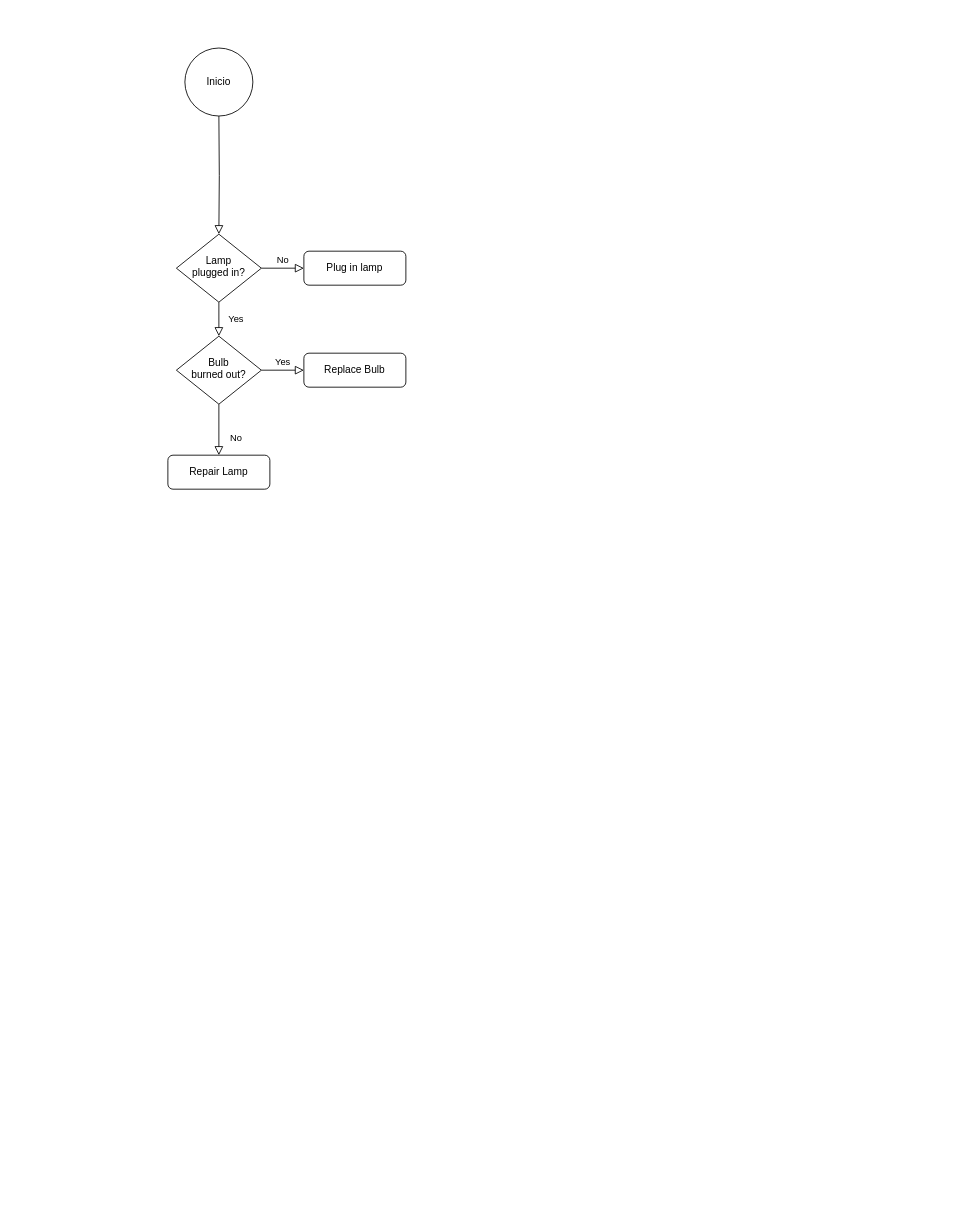
The draw.io diagram Untitled Diagram.drawio in lleal24/W3School-HTML, before the edit. Source tidied: cells renumbered, new cells numbered last; positions are measured from the earlier drawing's top-left corner, leaving out a move shared by most shapes. Both pictures are drawn from the tidied source at 85%, with x=0, y=0 at pixel (167, 48).
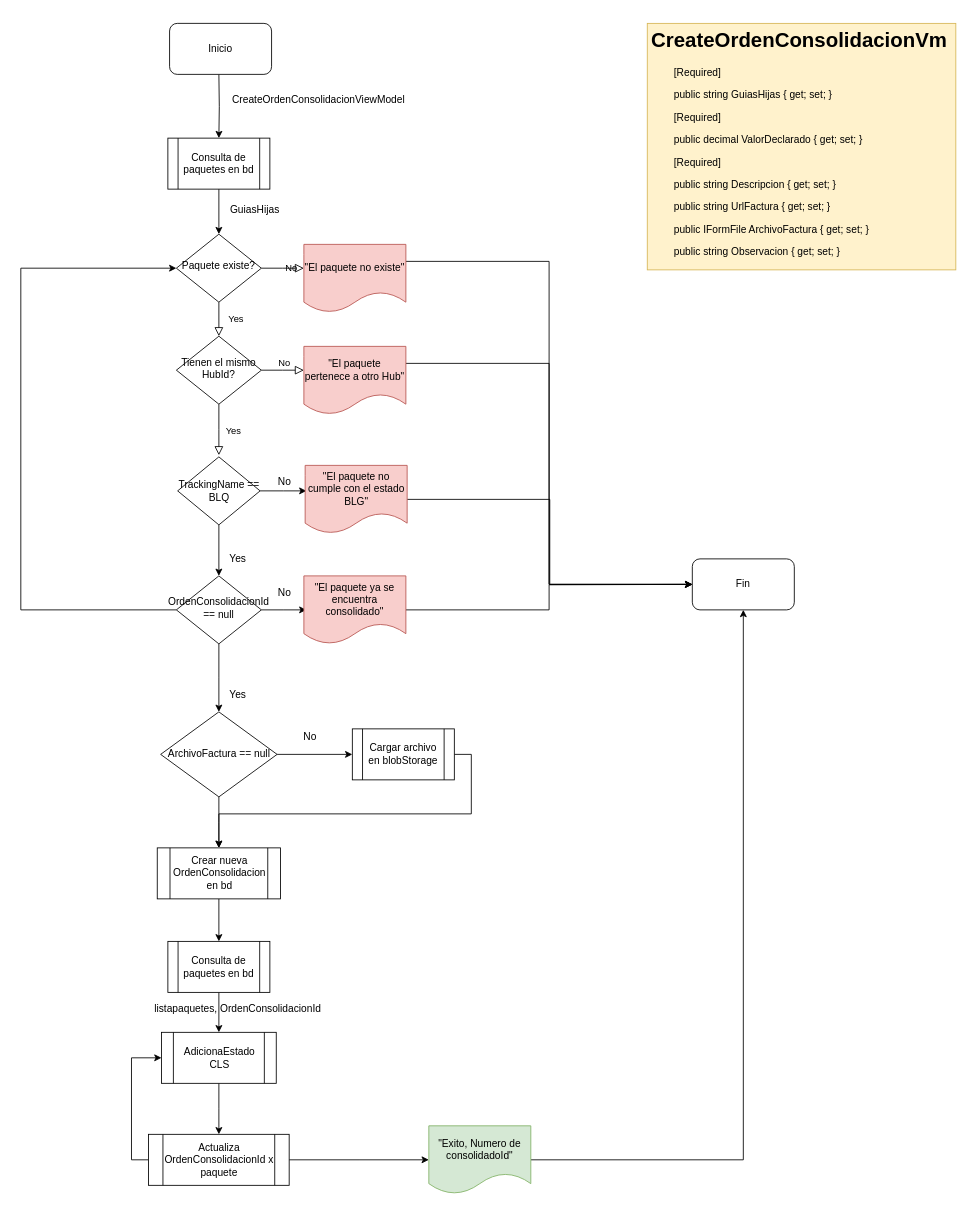
The same page after the edit.

Diff of the diagram source:
```diff
@@
-    <mxCell id="2" style="rounded=0;html=1;jettySize=auto;fontSize=11;endArrow=block;endFill=0;endSize=8;strokeWidth=1;shadow=0;labelBackgroundColor=none;edgeStyle=orthogonalEdgeStyle;" parent="1" edge="1" target="5">
-      <mxGeometry relative="1" as="geometry">
-        <mxPoint x="60" y="80" as="sourcePoint" />
-      </mxGeometry>
-    </mxCell>
@@
-    <mxCell id="4" value="No" style="edgeStyle=orthogonalEdgeStyle;rounded=0;html=1;jettySize=auto;fontSize=11;endArrow=block;endFill=0;endSize=8;strokeWidth=1;shadow=0;labelBackgroundColor=none;" parent="1" edge="1" source="5" target="6">
-      <mxGeometry y="10" relative="1" as="geometry" />
+    <mxCell id="4" value="No" style="edgeStyle=orthogonalEdgeStyle;rounded=0;html=1;jettySize=auto;fontSize=11;endArrow=block;endFill=0;endSize=8;strokeWidth=1;shadow=0;labelBackgroundColor=none;" parent="1" edge="1" source="5">
+      <mxGeometry y="10" relative="1" as="geometry">
+        <mxPoint x="160" y="259" as="targetPoint" />
+      </mxGeometry>
     </mxCell>
-    <mxCell id="5" value="Lamp&lt;br&gt;plugged in?" style="rhombus;whiteSpace=wrap;html=1;shadow=0;fontFamily=Helvetica;fontSize=12;align=center;strokeWidth=1;spacing=6;spacingTop=-4;" parent="1" vertex="1">
+    <mxCell id="5" value="Paquete existe?" style="rhombus;whiteSpace=wrap;html=1;shadow=0;fontFamily=Helvetica;fontSize=12;align=center;strokeWidth=1;spacing=6;spacingTop=-4;" parent="1" vertex="1">
       <mxGeometry x="10" y="219" width="100" height="80" as="geometry" />
     </mxCell>
-    <mxCell id="6" value="Plug in lamp" style="rounded=1;whiteSpace=wrap;html=1;fontSize=12;glass=0;strokeWidth=1;shadow=0;" parent="1" vertex="1">
-      <mxGeometry x="160" y="239" width="120" height="40" as="geometry" />
-    </mxCell>
-    <mxCell id="7" value="No" style="rounded=0;html=1;jettySize=auto;fontSize=11;endArrow=block;endFill=0;endSize=8;strokeWidth=1;shadow=0;labelBackgroundColor=none;edgeStyle=orthogonalEdgeStyle;" parent="1" edge="1" source="9" target="10">
-      <mxGeometry x="0.33" y="20" relative="1" as="geometry" />
+    <mxCell id="7" value="No" style="rounded=0;html=1;jettySize=auto;fontSize=11;endArrow=block;endFill=0;endSize=8;strokeWidth=1;shadow=0;labelBackgroundColor=none;edgeStyle=orthogonalEdgeStyle;" parent="1" edge="1" source="9">
+      <mxGeometry x="-1" y="91" relative="1" as="geometry">
+        <mxPoint x="60" y="479" as="targetPoint" />
+        <mxPoint x="-14" y="-48" as="offset" />
+      </mxGeometry>
     </mxCell>
-    <mxCell id="8" value="Yes" style="edgeStyle=orthogonalEdgeStyle;rounded=0;html=1;jettySize=auto;fontSize=11;endArrow=block;endFill=0;endSize=8;strokeWidth=1;shadow=0;labelBackgroundColor=none;" parent="1" edge="1" source="9" target="11">
-      <mxGeometry y="10" relative="1" as="geometry" />
+    <mxCell id="8" value="Yes" style="edgeStyle=orthogonalEdgeStyle;rounded=0;html=1;jettySize=auto;fontSize=11;endArrow=block;endFill=0;endSize=8;strokeWidth=1;shadow=0;labelBackgroundColor=none;" parent="1" edge="1" source="9">
+      <mxGeometry x="-1" y="-79" relative="1" as="geometry">
+        <mxPoint x="160" y="379" as="targetPoint" />
+        <mxPoint x="-33" y="-7" as="offset" />
+      </mxGeometry>
     </mxCell>
-    <mxCell id="9" value="Bulb&lt;br&gt;burned out?" style="rhombus;whiteSpace=wrap;html=1;shadow=0;fontFamily=Helvetica;fontSize=12;align=center;strokeWidth=1;spacing=6;spacingTop=-4;" parent="1" vertex="1">
+    <mxCell id="9" value="Tienen el mismo HubId?" style="rhombus;whiteSpace=wrap;html=1;shadow=0;fontFamily=Helvetica;fontSize=12;align=center;strokeWidth=1;spacing=6;spacingTop=-4;" parent="1" vertex="1">
       <mxGeometry x="10" y="339" width="100" height="80" as="geometry" />
     </mxCell>
-    <mxCell id="10" value="Repair Lamp" style="rounded=1;whiteSpace=wrap;html=1;fontSize=12;glass=0;strokeWidth=1;shadow=0;" parent="1" vertex="1">
-      <mxGeometry y="479" width="120" height="40" as="geometry" />
-    </mxCell>
-    <mxCell id="11" value="Replace Bulb" style="rounded=1;whiteSpace=wrap;html=1;fontSize=12;glass=0;strokeWidth=1;shadow=0;" parent="1" vertex="1">
-      <mxGeometry x="160" y="359" width="120" height="40" as="geometry" />
-    </mxCell>
+    <mxCell id="13" style="edgeStyle=orthogonalEdgeStyle;rounded=0;jettySize=auto;html=1;exitX=0.5;exitY=1;exitDx=0;exitDy=0;" parent="1" edge="1" target="15">
+      <mxGeometry relative="1" as="geometry">
+        <mxPoint x="60" y="31" as="sourcePoint" />
+      </mxGeometry>
+    </mxCell>
+    <mxCell id="14" style="edgeStyle=orthogonalEdgeStyle;rounded=0;jettySize=auto;html=1;" parent="1" edge="1" source="15" target="5">
+      <mxGeometry relative="1" as="geometry" />
+    </mxCell>
+    <mxCell id="15" value="Consulta de paquetes en bd" style="shape=process;whiteSpace=wrap;html=1;backgroundOutline=1;" parent="1" vertex="1">
+      <mxGeometry y="106" width="120" height="60" as="geometry" />
+    </mxCell>
+    <mxCell id="16" value="CreateOrdenConsolidacionViewModel" style="text;html=1;align=center;verticalAlign=middle;strokeColor=none;fillColor=none;" parent="1" vertex="1">
+      <mxGeometry x="67" y="51" width="220" height="20" as="geometry" />
+    </mxCell>
+    <mxCell id="17" style="edgeStyle=orthogonalEdgeStyle;rounded=0;jettySize=auto;html=1;exitX=1;exitY=0.5;exitDx=0;exitDy=0;" parent="1" edge="1" source="19">
+      <mxGeometry relative="1" as="geometry">
+        <mxPoint x="163" y="521" as="targetPoint" />
+      </mxGeometry>
+    </mxCell>
+    <mxCell id="18" style="edgeStyle=orthogonalEdgeStyle;rounded=0;jettySize=auto;html=1;exitX=0.5;exitY=1;exitDx=0;exitDy=0;entryX=0.5;entryY=0;entryDx=0;entryDy=0;" parent="1" edge="1" source="19" target="23">
+      <mxGeometry relative="1" as="geometry" />
+    </mxCell>
+    <mxCell id="19" value="TrackingName == BLQ" style="rhombus;whiteSpace=wrap;html=1;" parent="1" vertex="1">
+      <mxGeometry x="11.5" y="481" width="97" height="80" as="geometry" />
+    </mxCell>
+    <mxCell id="20" style="edgeStyle=orthogonalEdgeStyle;rounded=0;jettySize=auto;html=1;exitX=1;exitY=0.5;exitDx=0;exitDy=0;entryX=0;entryY=0.5;entryDx=0;entryDy=0;" parent="1" edge="1" source="23">
+      <mxGeometry relative="1" as="geometry">
+        <mxPoint x="163" y="661" as="targetPoint" />
+      </mxGeometry>
+    </mxCell>
+    <mxCell id="21" style="edgeStyle=orthogonalEdgeStyle;rounded=0;jettySize=auto;html=1;exitX=0.5;exitY=1;exitDx=0;exitDy=0;" parent="1" edge="1" source="23">
+      <mxGeometry relative="1" as="geometry">
+        <mxPoint x="60" y="781" as="targetPoint" />
+      </mxGeometry>
+    </mxCell>
+    <mxCell id="22" style="edgeStyle=orthogonalEdgeStyle;rounded=0;jettySize=auto;html=1;exitX=0;exitY=0.5;exitDx=0;exitDy=0;entryX=0;entryY=0.5;entryDx=0;entryDy=0;" parent="1" edge="1" source="23" target="5">
+      <mxGeometry relative="1" as="geometry">
+        <Array as="points">
+          <mxPoint x="-173" y="661" />
+          <mxPoint x="-173" y="259" />
+        </Array>
+      </mxGeometry>
+    </mxCell>
+    <mxCell id="23" value="OrdenConsolidacionId == null" style="rhombus;whiteSpace=wrap;html=1;shadow=0;fontFamily=Helvetica;fontSize=12;align=center;strokeWidth=1;spacing=6;spacingTop=-4;" parent="1" vertex="1">
+      <mxGeometry x="10" y="621" width="100" height="80" as="geometry" />
+    </mxCell>
+    <mxCell id="24" value="Yes" style="text;html=1;align=center;verticalAlign=middle;strokeColor=none;fillColor=none;" parent="1" vertex="1">
+      <mxGeometry x="67" y="591" width="30" height="20" as="geometry" />
+    </mxCell>
+    <mxCell id="25" value="No" style="text;html=1;align=center;verticalAlign=middle;strokeColor=none;fillColor=none;" parent="1" vertex="1">
+      <mxGeometry x="122" y="631" width="30" height="20" as="geometry" />
+    </mxCell>
+    <mxCell id="26" value="No" style="text;html=1;align=center;verticalAlign=middle;strokeColor=none;fillColor=none;" parent="1" vertex="1">
+      <mxGeometry x="122" y="501" width="30" height="20" as="geometry" />
+    </mxCell>
+    <mxCell id="27" style="edgeStyle=orthogonalEdgeStyle;rounded=0;jettySize=auto;html=1;exitX=0.5;exitY=1;exitDx=0;exitDy=0;" parent="1" edge="1" source="29">
+      <mxGeometry relative="1" as="geometry">
+        <mxPoint x="60" y="941" as="targetPoint" />
+      </mxGeometry>
+    </mxCell>
+    <mxCell id="28" style="edgeStyle=orthogonalEdgeStyle;rounded=0;jettySize=auto;html=1;exitX=1;exitY=0.5;exitDx=0;exitDy=0;entryX=0;entryY=0.5;entryDx=0;entryDy=0;" parent="1" edge="1" source="29" target="34">
+      <mxGeometry relative="1" as="geometry" />
+    </mxCell>
+    <mxCell id="29" value="ArchivoFactura == null" style="rhombus;whiteSpace=wrap;html=1;" parent="1" vertex="1">
+      <mxGeometry x="-8.5" y="781" width="137" height="100" as="geometry" />
+    </mxCell>
+    <mxCell id="30" value="&lt;h1&gt;CreateOrdenConsolidacionVm&lt;/h1&gt;&lt;p&gt;&amp;nbsp; &amp;nbsp; &amp;nbsp; &amp;nbsp; [Required]&lt;/p&gt;&lt;p&gt;&amp;nbsp; &amp;nbsp; &amp;nbsp; &amp;nbsp; public string GuiasHijas { get; set; }&lt;/p&gt;&lt;p&gt;&amp;nbsp; &amp;nbsp; &amp;nbsp; &amp;nbsp; [Required]&lt;/p&gt;&lt;p&gt;&amp;nbsp; &amp;nbsp; &amp;nbsp; &amp;nbsp; public decimal ValorDeclarado { get; set; }&lt;/p&gt;&lt;p&gt;&amp;nbsp; &amp;nbsp; &amp;nbsp; &amp;nbsp; [Required]&lt;/p&gt;&lt;p&gt;&amp;nbsp; &amp;nbsp; &amp;nbsp; &amp;nbsp; public string Descripcion { get; set; }&lt;/p&gt;&lt;p&gt;&amp;nbsp; &amp;nbsp; &amp;nbsp; &amp;nbsp; public string UrlFactura { get; set; }&lt;/p&gt;&lt;p&gt;&amp;nbsp; &amp;nbsp; &amp;nbsp; &amp;nbsp; public IFormFile ArchivoFactura { get; set; }&lt;/p&gt;&lt;p&gt;&amp;nbsp; &amp;nbsp; &amp;nbsp; &amp;nbsp; public string Observacion { get; set; }&lt;/p&gt;" style="text;html=1;strokeColor=#d6b656;fillColor=#fff2cc;spacing=5;spacingTop=-20;whiteSpace=wrap;overflow=hidden;rounded=0;" parent="1" vertex="1">
+      <mxGeometry x="564" y="-29" width="363" height="290" as="geometry" />
+    </mxCell>
+    <mxCell id="31" value="GuiasHijas" style="text;html=1;align=center;verticalAlign=middle;strokeColor=none;fillColor=none;" parent="1" vertex="1">
+      <mxGeometry x="67" y="181" width="70" height="20" as="geometry" />
+    </mxCell>
-    <mxCell id="12" value="Inicio" style="ellipse;whiteSpace=wrap;html=1;" parent="1" vertex="1">
-      <mxGeometry x="20" width="80" height="80" as="geometry" />
+    <mxCell id="12" value="Inicio" style="rounded=1;whiteSpace=wrap;html=1;" parent="1" vertex="1">
+      <mxGeometry x="2" y="-29" width="120" height="60" as="geometry" />
     </mxCell>
+    <mxCell id="32" value="Yes" style="text;html=1;align=center;verticalAlign=middle;strokeColor=none;fillColor=none;" parent="1" vertex="1">
+      <mxGeometry x="67" y="751" width="30" height="20" as="geometry" />
+    </mxCell>
+    <mxCell id="33" style="edgeStyle=orthogonalEdgeStyle;rounded=0;jettySize=auto;html=1;exitX=1;exitY=0.5;exitDx=0;exitDy=0;entryX=0.5;entryY=0;entryDx=0;entryDy=0;" parent="1" edge="1" source="34" target="37">
+      <mxGeometry relative="1" as="geometry" />
+    </mxCell>
+    <mxCell id="34" value="Cargar archivo en blobStorage" style="shape=process;whiteSpace=wrap;html=1;backgroundOutline=1;" parent="1" vertex="1">
+      <mxGeometry x="217" y="801" width="120" height="60" as="geometry" />
+    </mxCell>
+    <mxCell id="35" value="No" style="text;html=1;align=center;verticalAlign=middle;strokeColor=none;fillColor=none;" parent="1" vertex="1">
+      <mxGeometry x="152" y="801" width="30" height="20" as="geometry" />
+    </mxCell>
+    <mxCell id="36" style="edgeStyle=orthogonalEdgeStyle;rounded=0;jettySize=auto;html=1;exitX=0.5;exitY=1;exitDx=0;exitDy=0;entryX=0.5;entryY=0;entryDx=0;entryDy=0;" parent="1" edge="1" source="37" target="44">
+      <mxGeometry relative="1" as="geometry" />
+    </mxCell>
+    <mxCell id="37" value="Crear nueva OrdenConsolidacion en bd" style="shape=process;whiteSpace=wrap;html=1;backgroundOutline=1;" parent="1" vertex="1">
+      <mxGeometry x="-12.5" y="941" width="145" height="60" as="geometry" />
+    </mxCell>
+    <mxCell id="38" style="edgeStyle=orthogonalEdgeStyle;rounded=0;jettySize=auto;html=1;exitX=0.5;exitY=1;exitDx=0;exitDy=0;" parent="1" edge="1" source="39" target="42">
+      <mxGeometry relative="1" as="geometry" />
+    </mxCell>
+    <mxCell id="39" value="AdicionaEstado CLS" style="shape=process;whiteSpace=wrap;html=1;backgroundOutline=1;" parent="1" vertex="1">
+      <mxGeometry x="-7.5" y="1158" width="135" height="60" as="geometry" />
+    </mxCell>
+    <mxCell id="40" style="edgeStyle=orthogonalEdgeStyle;rounded=0;jettySize=auto;html=1;exitX=0;exitY=0.5;exitDx=0;exitDy=0;entryX=0;entryY=0.5;entryDx=0;entryDy=0;" parent="1" edge="1" source="42" target="39">
+      <mxGeometry relative="1" as="geometry" />
+    </mxCell>
+    <mxCell id="41" style="edgeStyle=orthogonalEdgeStyle;rounded=0;jettySize=auto;html=1;exitX=1;exitY=0.5;exitDx=0;exitDy=0;entryX=0;entryY=0.5;entryDx=0;entryDy=0;" parent="1" edge="1" source="42">
+      <mxGeometry relative="1" as="geometry">
+        <mxPoint x="307" y="1308" as="targetPoint" />
+      </mxGeometry>
+    </mxCell>
+    <mxCell id="42" value="Actualiza OrdenConsolidacionId x paquete" style="shape=process;whiteSpace=wrap;html=1;backgroundOutline=1;" parent="1" vertex="1">
+      <mxGeometry x="-22.8" y="1278" width="165.5" height="60" as="geometry" />
+    </mxCell>
+    <mxCell id="43" style="edgeStyle=orthogonalEdgeStyle;rounded=0;jettySize=auto;html=1;exitX=0.5;exitY=1;exitDx=0;exitDy=0;entryX=0.5;entryY=0;entryDx=0;entryDy=0;" parent="1" edge="1" source="44" target="39">
+      <mxGeometry relative="1" as="geometry" />
+    </mxCell>
+    <mxCell id="44" value="Consulta de paquetes en bd" style="shape=process;whiteSpace=wrap;html=1;backgroundOutline=1;" parent="1" vertex="1">
+      <mxGeometry y="1051" width="120" height="60" as="geometry" />
+    </mxCell>
+    <mxCell id="45" value="listapaquetes, OrdenConsolidacionId" style="text;html=1;align=center;verticalAlign=middle;strokeColor=none;fillColor=none;" parent="1" vertex="1">
+      <mxGeometry x="-22.8" y="1121" width="210" height="20" as="geometry" />
+    </mxCell>
+    <mxCell id="46" style="edgeStyle=orthogonalEdgeStyle;rounded=0;jettySize=auto;html=1;exitX=1;exitY=0.25;exitDx=0;exitDy=0;entryX=0;entryY=0.5;entryDx=0;entryDy=0;" parent="1" edge="1" source="47" target="54">
+      <mxGeometry relative="1" as="geometry" />
+    </mxCell>
+    <mxCell id="47" value="&quot;El paquete no existe&quot;" style="shape=document;whiteSpace=wrap;html=1;boundedLbl=1;fillColor=#f8cecc;strokeColor=#b85450;" parent="1" vertex="1">
+      <mxGeometry x="160" y="231" width="120" height="80" as="geometry" />
+    </mxCell>
+    <mxCell id="48" style="edgeStyle=orthogonalEdgeStyle;rounded=0;jettySize=auto;html=1;exitX=1;exitY=0.25;exitDx=0;exitDy=0;entryX=0;entryY=0.5;entryDx=0;entryDy=0;" parent="1" edge="1" source="49" target="54">
+      <mxGeometry relative="1" as="geometry" />
+    </mxCell>
+    <mxCell id="49" value="&quot;El paquete pertenece a otro Hub&quot;" style="shape=document;whiteSpace=wrap;html=1;boundedLbl=1;fillColor=#f8cecc;strokeColor=#b85450;" parent="1" vertex="1">
+      <mxGeometry x="160" y="351" width="120" height="80" as="geometry" />
+    </mxCell>
+    <mxCell id="50" style="edgeStyle=orthogonalEdgeStyle;rounded=0;jettySize=auto;html=1;exitX=1;exitY=0.5;exitDx=0;exitDy=0;entryX=0;entryY=0.5;entryDx=0;entryDy=0;" parent="1" edge="1" source="51" target="54">
+      <mxGeometry relative="1" as="geometry" />
+    </mxCell>
+    <mxCell id="51" value="&quot;El paquete no cumple con el estado BLG&quot;" style="shape=document;whiteSpace=wrap;html=1;boundedLbl=1;fillColor=#f8cecc;strokeColor=#b85450;" parent="1" vertex="1">
+      <mxGeometry x="161.5" y="491" width="120" height="80" as="geometry" />
+    </mxCell>
+    <mxCell id="52" style="edgeStyle=orthogonalEdgeStyle;rounded=0;jettySize=auto;html=1;" parent="1" edge="1" source="53">
+      <mxGeometry relative="1" as="geometry">
+        <mxPoint x="617" y="631" as="targetPoint" />
+      </mxGeometry>
+    </mxCell>
+    <mxCell id="53" value="&quot;El paquete ya se encuentra consolidado&quot;" style="shape=document;whiteSpace=wrap;html=1;boundedLbl=1;fillColor=#f8cecc;strokeColor=#b85450;" parent="1" vertex="1">
+      <mxGeometry x="160" y="621" width="120" height="80" as="geometry" />
+    </mxCell>
+    <mxCell id="54" value="Fin" style="rounded=1;whiteSpace=wrap;html=1;" parent="1" vertex="1">
+      <mxGeometry x="617" y="601" width="120" height="60" as="geometry" />
+    </mxCell>
+    <mxCell id="55" style="edgeStyle=orthogonalEdgeStyle;rounded=0;jettySize=auto;html=1;exitX=1;exitY=0.5;exitDx=0;exitDy=0;entryX=0.5;entryY=1;entryDx=0;entryDy=0;" parent="1" edge="1" source="56" target="54">
+      <mxGeometry relative="1" as="geometry" />
+    </mxCell>
+    <mxCell id="56" value="&quot;Exito, Numero de consolidadoId&quot;" style="shape=document;whiteSpace=wrap;html=1;boundedLbl=1;fillColor=#d5e8d4;strokeColor=#82b366;" parent="1" vertex="1">
+      <mxGeometry x="307" y="1268" width="120" height="80" as="geometry" />
+    </mxCell>
```
